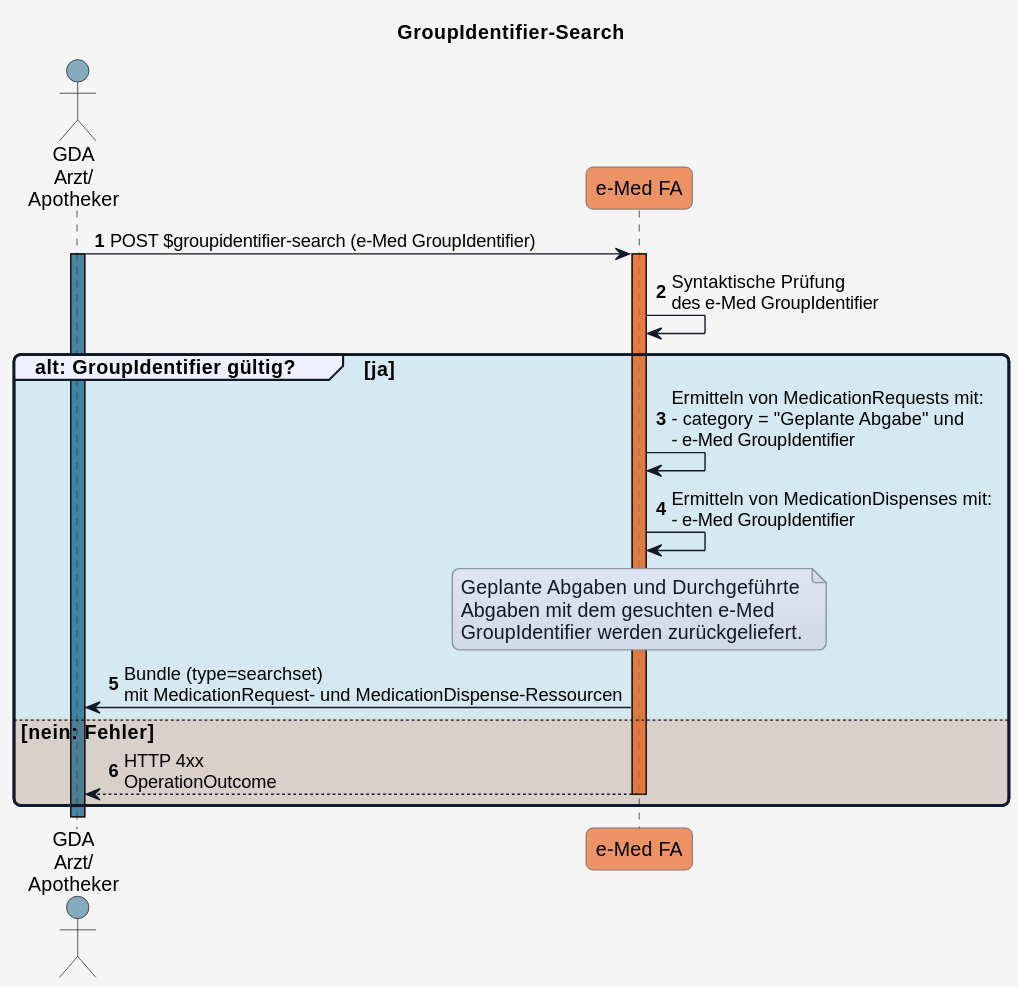
The PlantUML diagram r4-ELGA-e-Medikation-main/plantuml/UC_eMed_03_03.svg in HL7Austria/hl7austria.github.io, before a commit.
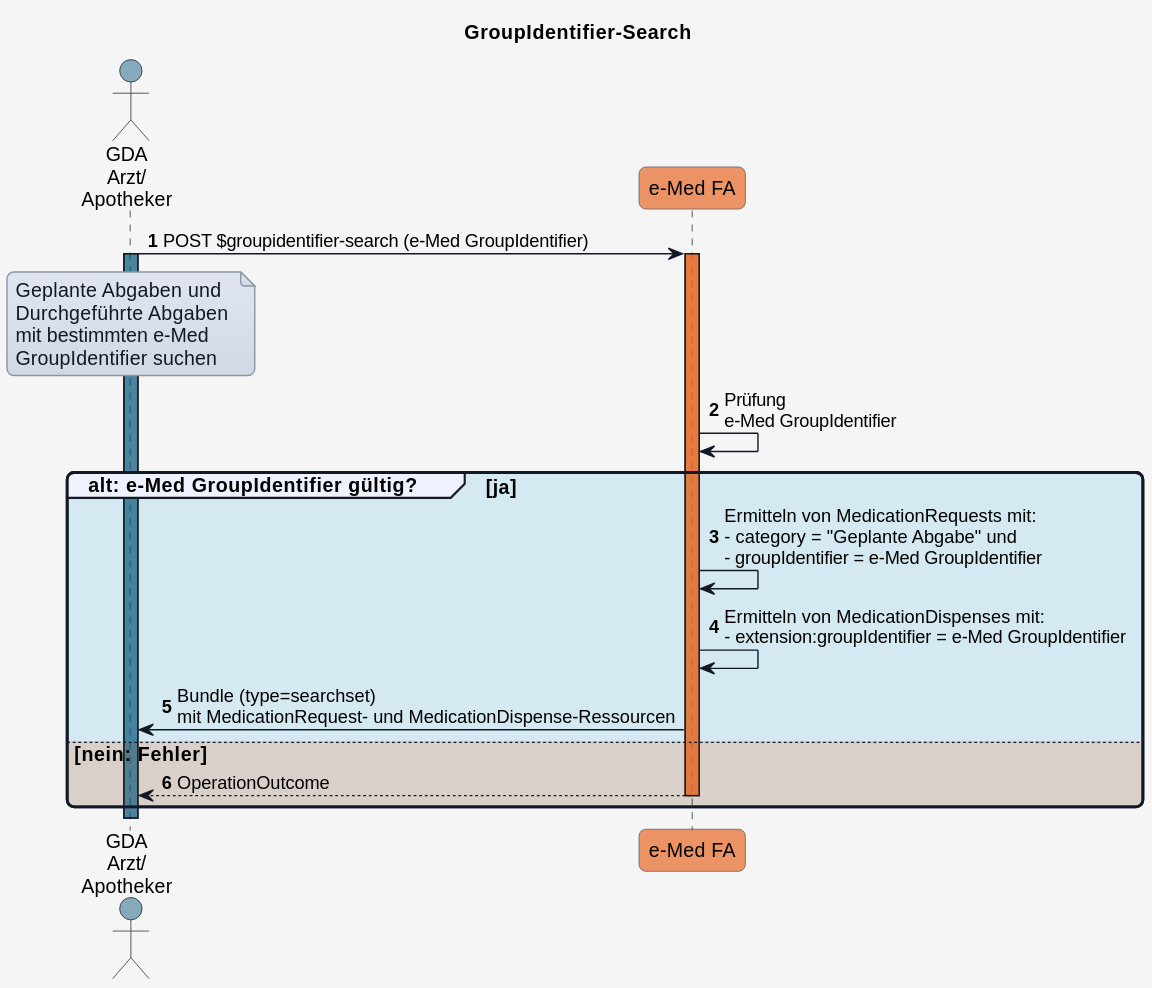
After the change.

The edit, as a diff of the source:
```diff
@@ -58,42 +58,28 @@
 GDA_1 -> eMed_FA: POST $groupidentifier-search (e-Med GroupIdentifier)
 activate GDA_1 COLOR_GDA_1
 activate eMed_FA COLOR_EMED_FA
+note over GDA_1
+Geplante Abgaben und
+Durchgeführte Abgaben
+mit bestimmten e-Med
+GroupIdentifier suchen
+end note
 
-eMed_FA -> eMed_FA: Syntaktische Prüfung\ndes e-Med GroupIdentifier
 
-group COLOR_OK alt: GroupIdentifier gültig? [ja]
+eMed_FA -> eMed_FA: Prüfung\ne-Med GroupIdentifier
 
-  eMed_FA -> eMed_FA: Ermitteln von MedicationRequests mit:\n- category = "Geplante Abgabe" und\n- e-Med GroupIdentifier
+group COLOR_OK alt: e-Med GroupIdentifier gültig? [ja]
 
-  eMed_FA -> eMed_FA: Ermitteln von MedicationDispenses mit:\n- e-Med GroupIdentifier
+  eMed_FA -> eMed_FA: Ermitteln von MedicationRequests mit:\n- category = "Geplante Abgabe" und\n- groupIdentifier = e-Med GroupIdentifier
 
-  note over eMed_FA
-  Geplante Abgaben und Durchgeführte
-  Abgaben mit dem gesuchten e-Med
-  GroupIdentifier werden zurückgeliefert.
-  end note
+  eMed_FA -> eMed_FA: Ermitteln von MedicationDispenses mit:\n- extension:groupIdentifier = e-Med GroupIdentifier
 
   eMed_FA -> GDA_1: Bundle (type=searchset)\nmit MedicationRequest- und MedicationDispense-Ressourcen
 
 else COLOR_ERROR nein: Fehler
 
-  eMed_FA --> GDA_1: HTTP 4xx\nOperationOutcome
+  eMed_FA --> GDA_1: OperationOutcome
   deactivate eMed_FA
 
 end
-
-
-
-
-
-
-
-
-
-
-
-
-
-
-
 @enduml
```
